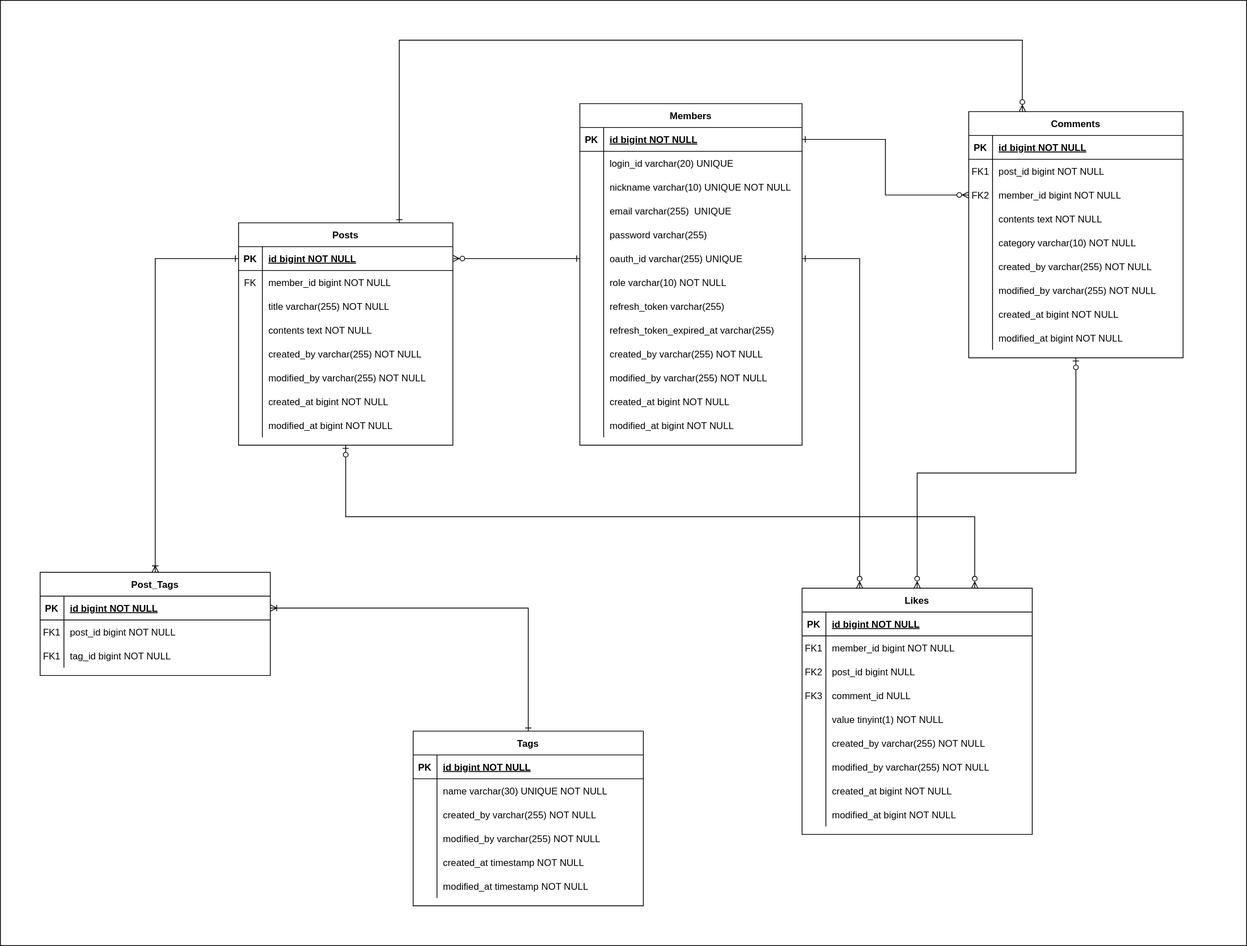
Before: document/erd.svg, a diagram exported from draw.io (leesh5000/DevLab-BE). Source tidied: cells renumbered, new cells last; positions are measured from the earlier drawing's top-left corner, leaving out a move shared by most shapes.
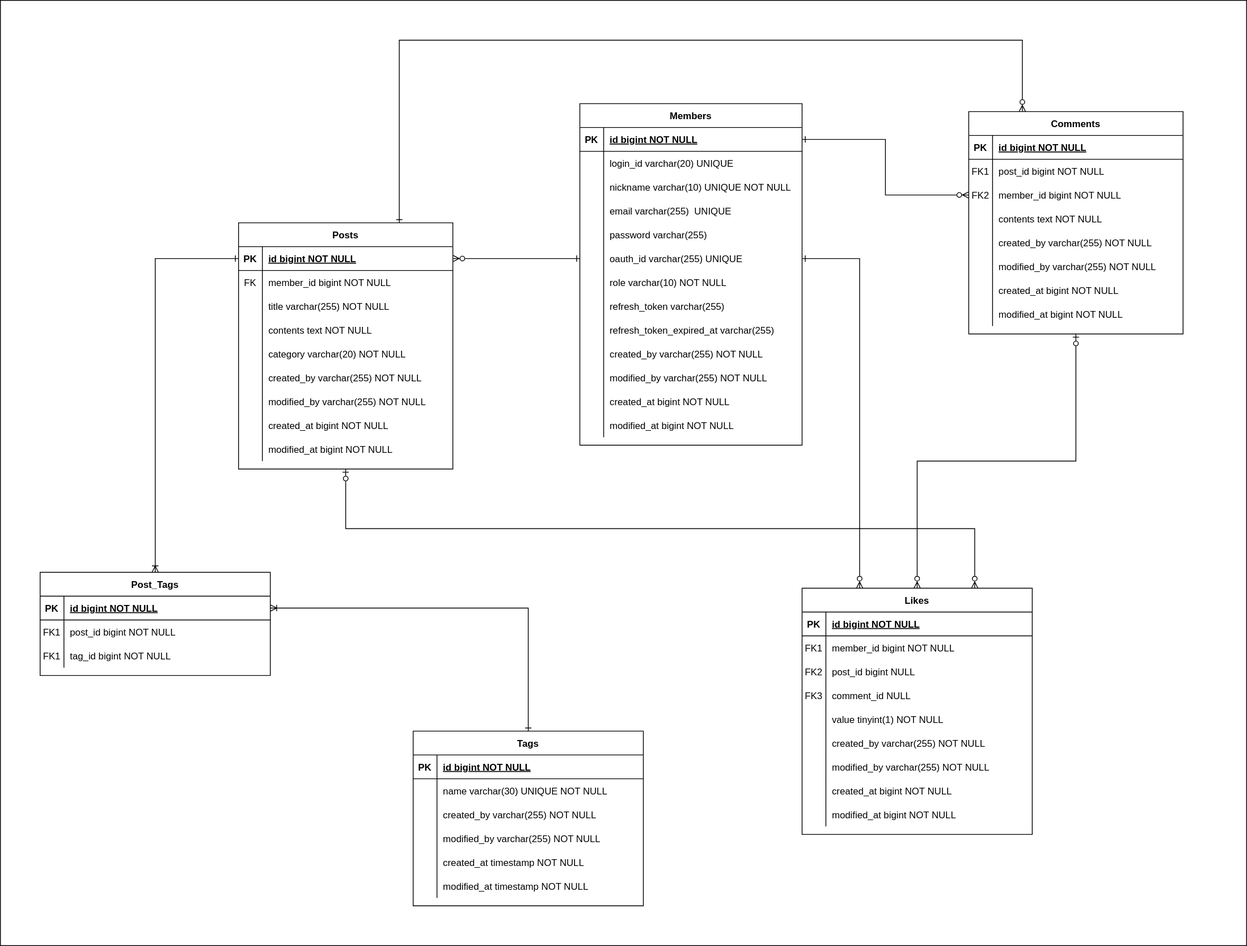
After the change.

What changed in the source:
```diff
@@ -129,7 +129,7 @@
       <mxGeometry x="30" width="250" height="30" as="geometry" />
     </mxCell>
     <mxCell id="44" value="Posts" style="shape=table;startSize=30;rowLines=0;fontStyle=1;align=center;" parent="1" vertex="1">
-      <mxGeometry x="300" y="280" width="270" height="280" as="geometry" />
+      <mxGeometry x="300" y="280" width="270" height="310" as="geometry" />
     </mxCell>
     <mxCell id="45" style="shape=partialRectangle;fillColor=none;points=[[0,0.5],[1,0.5]];portConstraint=eastwest;top=0;left=0;right=0;bottom=1;" parent="44" vertex="1">
       <mxGeometry y="30" width="270" height="30" as="geometry" />
@@ -167,8 +167,17 @@
     <mxCell id="56" value="contents text NOT NULL" style="shape=partialRectangle;overflow=hidden;fillColor=none;top=0;left=0;bottom=0;right=0;align=left;spacingLeft=6;" parent="54" vertex="1">
       <mxGeometry x="30" width="240" height="30" as="geometry" />
     </mxCell>
+    <mxCell id="112" style="shape=partialRectangle;fillColor=none;top=0;left=0;right=0;bottom=0;" parent="44" vertex="1">
+      <mxGeometry y="150" width="270" height="30" as="geometry" />
+    </mxCell>
+    <mxCell id="113" style="shape=partialRectangle;overflow=hidden;fillColor=none;top=0;left=0;bottom=0;right=0;" parent="112" vertex="1">
+      <mxGeometry width="30" height="30" as="geometry" />
+    </mxCell>
+    <mxCell id="161" value="category varchar(20) NOT NULL" style="shape=partialRectangle;overflow=hidden;fillColor=none;top=0;left=0;bottom=0;right=0;align=left;spacingLeft=6;" parent="112" vertex="1">
+      <mxGeometry x="30" width="240" height="30" as="geometry" />
+    </mxCell>
     <mxCell id="57" style="shape=partialRectangle;fillColor=none;top=0;left=0;right=0;bottom=0;" parent="44" vertex="1">
-      <mxGeometry y="150" width="270" height="30" as="geometry" />
+      <mxGeometry y="180" width="270" height="30" as="geometry" />
     </mxCell>
     <mxCell id="58" style="shape=partialRectangle;overflow=hidden;fillColor=none;top=0;left=0;bottom=0;right=0;" parent="57" vertex="1">
       <mxGeometry width="30" height="30" as="geometry" />
@@ -177,7 +186,7 @@
       <mxGeometry x="30" width="240" height="30" as="geometry" />
     </mxCell>
     <mxCell id="60" style="shape=partialRectangle;fillColor=none;top=0;left=0;right=0;bottom=0;" parent="44" vertex="1">
-      <mxGeometry y="180" width="270" height="30" as="geometry" />
+      <mxGeometry y="210" width="270" height="30" as="geometry" />
     </mxCell>
     <mxCell id="61" style="shape=partialRectangle;overflow=hidden;fillColor=none;top=0;left=0;bottom=0;right=0;" parent="60" vertex="1">
       <mxGeometry width="30" height="30" as="geometry" />
@@ -186,7 +195,7 @@
       <mxGeometry x="30" width="240" height="30" as="geometry" />
     </mxCell>
     <mxCell id="63" style="shape=partialRectangle;fillColor=none;top=0;left=0;right=0;bottom=0;" parent="44" vertex="1">
-      <mxGeometry y="210" width="270" height="30" as="geometry" />
+      <mxGeometry y="240" width="270" height="30" as="geometry" />
     </mxCell>
     <mxCell id="64" style="shape=partialRectangle;overflow=hidden;fillColor=none;top=0;left=0;bottom=0;right=0;" parent="63" vertex="1">
       <mxGeometry width="30" height="30" as="geometry" />
@@ -195,7 +204,7 @@
       <mxGeometry x="30" width="240" height="30" as="geometry" />
     </mxCell>
     <mxCell id="66" style="shape=partialRectangle;fillColor=none;top=0;left=0;right=0;bottom=0;" parent="44" vertex="1">
-      <mxGeometry y="240" width="270" height="30" as="geometry" />
+      <mxGeometry y="270" width="270" height="30" as="geometry" />
     </mxCell>
     <mxCell id="67" style="shape=partialRectangle;overflow=hidden;fillColor=none;top=0;left=0;bottom=0;right=0;" parent="66" vertex="1">
       <mxGeometry width="30" height="30" as="geometry" />
@@ -294,7 +303,7 @@
       <mxGeometry relative="1" as="geometry" />
     </mxCell>
     <mxCell id="99" value="Comments" style="shape=table;startSize=30;rowLines=0;fontStyle=1;align=center;" parent="1" vertex="1">
-      <mxGeometry x="1220" y="140" width="270" height="310" as="geometry" />
+      <mxGeometry x="1220" y="140" width="270" height="280" as="geometry" />
     </mxCell>
     <mxCell id="100" style="shape=partialRectangle;fillColor=none;top=0;left=0;right=0;bottom=1;" parent="99" vertex="1">
       <mxGeometry y="30" width="270" height="30" as="geometry" />
@@ -332,17 +341,8 @@
     <mxCell id="111" value="contents text NOT NULL" style="shape=partialRectangle;overflow=hidden;fillColor=none;top=0;left=0;bottom=0;right=0;align=left;spacingLeft=6;" parent="109" vertex="1">
       <mxGeometry x="30" width="240" height="30" as="geometry" />
     </mxCell>
-    <mxCell id="112" style="shape=partialRectangle;fillColor=none;top=0;left=0;right=0;bottom=0;" parent="99" vertex="1">
-      <mxGeometry y="150" width="270" height="30" as="geometry" />
-    </mxCell>
-    <mxCell id="113" style="shape=partialRectangle;overflow=hidden;fillColor=none;top=0;left=0;bottom=0;right=0;" parent="112" vertex="1">
-      <mxGeometry width="30" height="30" as="geometry" />
-    </mxCell>
-    <mxCell id="114" value="category varchar(10) NOT NULL" style="shape=partialRectangle;overflow=hidden;fillColor=none;top=0;left=0;bottom=0;right=0;align=left;spacingLeft=6;" parent="112" vertex="1">
-      <mxGeometry x="30" width="240" height="30" as="geometry" />
-    </mxCell>
     <mxCell id="115" style="shape=partialRectangle;fillColor=none;top=0;left=0;right=0;bottom=0;" parent="99" vertex="1">
-      <mxGeometry y="180" width="270" height="30" as="geometry" />
+      <mxGeometry y="150" width="270" height="30" as="geometry" />
     </mxCell>
     <mxCell id="116" style="shape=partialRectangle;overflow=hidden;fillColor=none;top=0;left=0;bottom=0;right=0;" parent="115" vertex="1">
       <mxGeometry width="30" height="30" as="geometry" />
@@ -351,7 +351,7 @@
       <mxGeometry x="30" width="240" height="30" as="geometry" />
     </mxCell>
     <mxCell id="118" style="shape=partialRectangle;fillColor=none;top=0;left=0;right=0;bottom=0;" parent="99" vertex="1">
-      <mxGeometry y="210" width="270" height="30" as="geometry" />
+      <mxGeometry y="180" width="270" height="30" as="geometry" />
     </mxCell>
     <mxCell id="119" style="shape=partialRectangle;overflow=hidden;fillColor=none;top=0;left=0;bottom=0;right=0;" parent="118" vertex="1">
       <mxGeometry width="30" height="30" as="geometry" />
@@ -360,7 +360,7 @@
       <mxGeometry x="30" width="240" height="30" as="geometry" />
     </mxCell>
     <mxCell id="121" style="shape=partialRectangle;fillColor=none;top=0;left=0;right=0;bottom=0;" parent="99" vertex="1">
-      <mxGeometry y="240" width="270" height="30" as="geometry" />
+      <mxGeometry y="210" width="270" height="30" as="geometry" />
     </mxCell>
     <mxCell id="122" style="shape=partialRectangle;overflow=hidden;fillColor=none;top=0;left=0;bottom=0;right=0;" parent="121" vertex="1">
       <mxGeometry width="30" height="30" as="geometry" />
@@ -369,7 +369,7 @@
       <mxGeometry x="30" width="240" height="30" as="geometry" />
     </mxCell>
     <mxCell id="124" style="shape=partialRectangle;fillColor=none;top=0;left=0;right=0;bottom=0;" parent="99" vertex="1">
-      <mxGeometry y="270" width="270" height="30" as="geometry" />
+      <mxGeometry y="240" width="270" height="30" as="geometry" />
     </mxCell>
     <mxCell id="125" style="shape=partialRectangle;overflow=hidden;fillColor=none;top=0;left=0;bottom=0;right=0;" parent="124" vertex="1">
       <mxGeometry width="30" height="30" as="geometry" />
```
